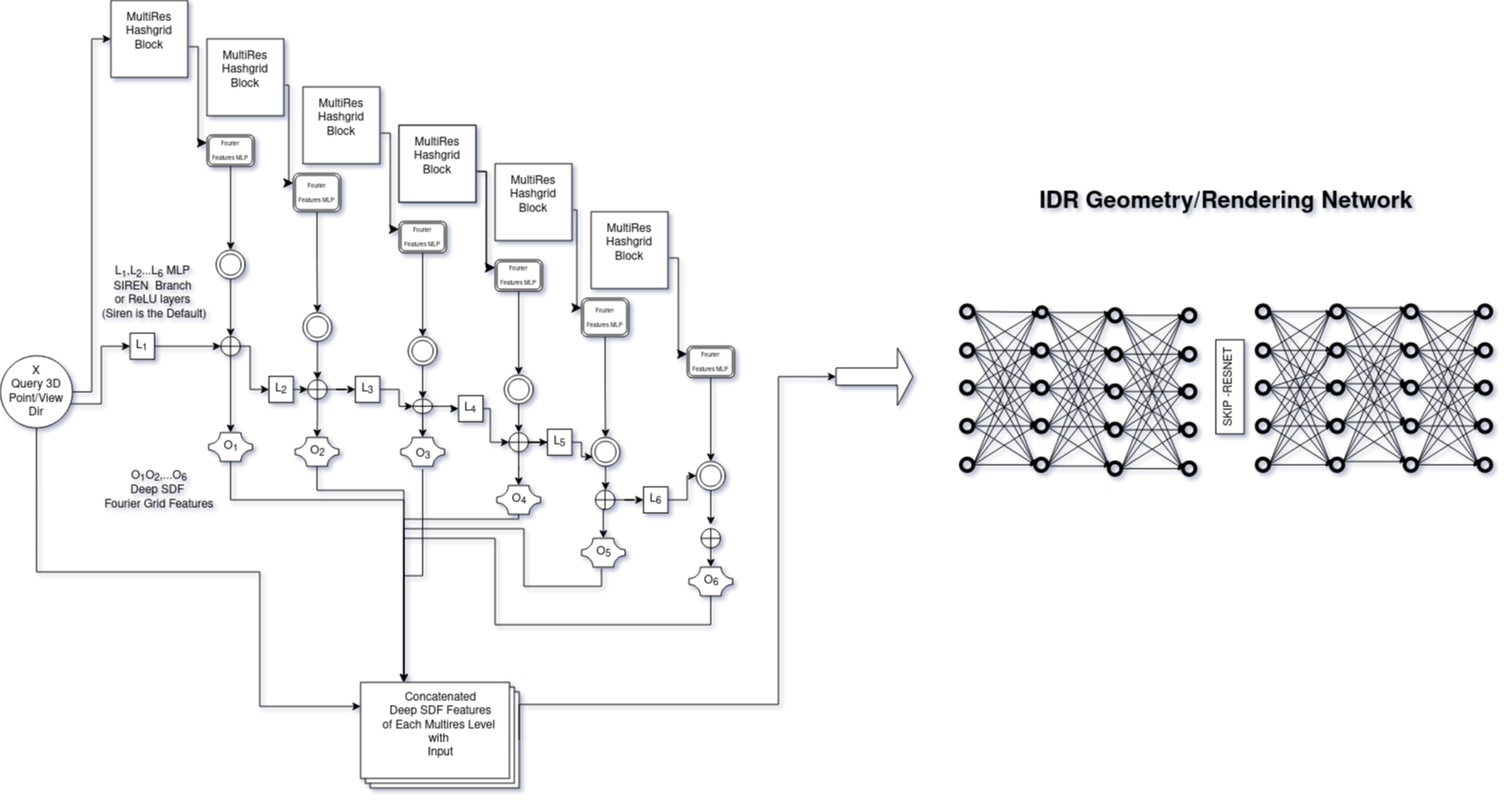
Above: media/architectures/NFFBNetArchitecture.png in ArtoriasAbyssslayer/HashModNFFBanks-IDR (draw.io), before the change. Source tidied: cells renumbered, new cells last; positions are measured from the earlier drawing's top-left corner, leaving out a move shared by most shapes.
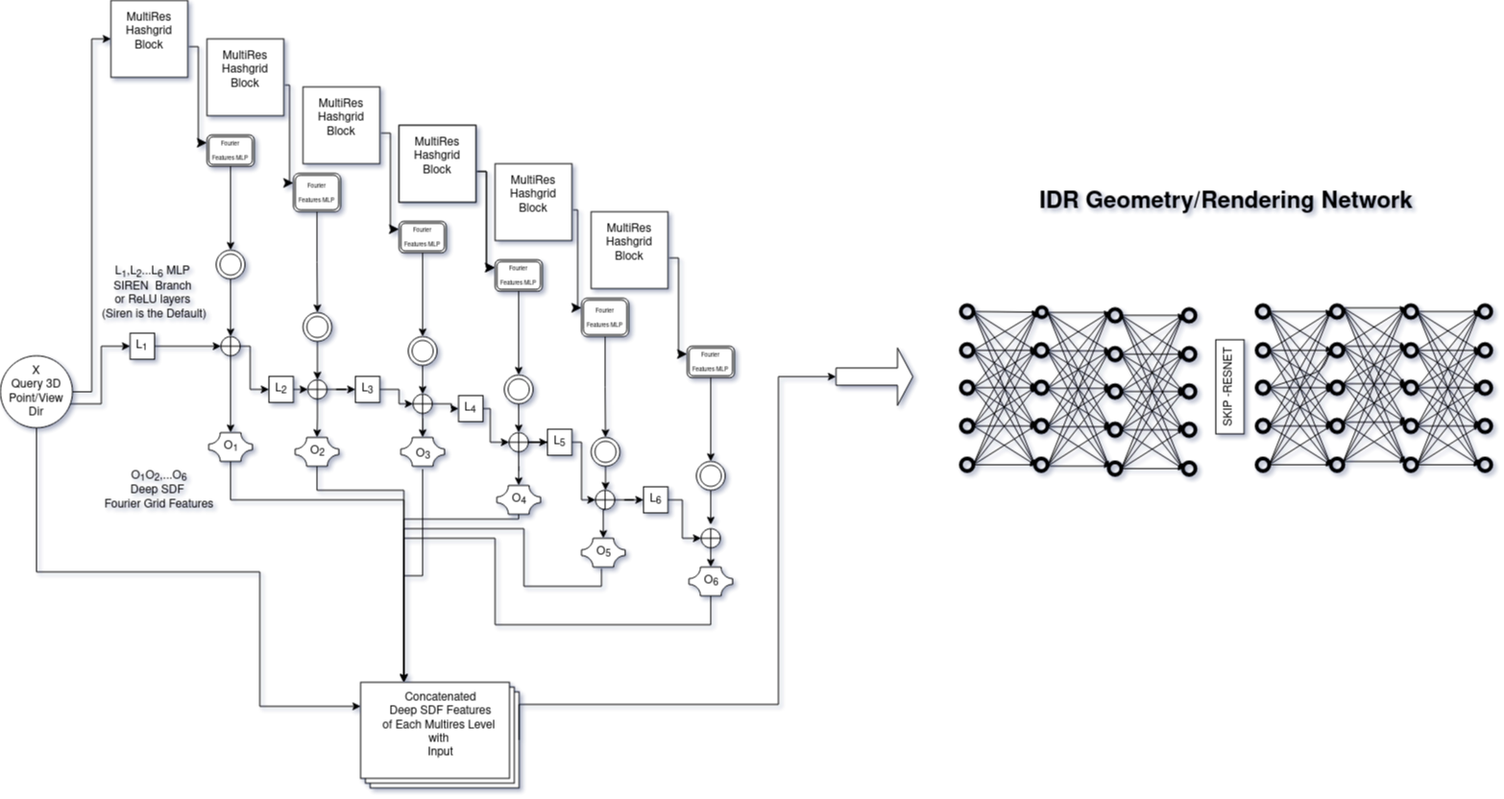
The same diagram one commit later.

The edit, as a diff of the source:
```diff
@@ -126,7 +126,7 @@
       <mxGeometry relative="1" as="geometry" />
     </mxCell>
     <mxCell id="41" style="verticalLabelPosition=bottom;verticalAlign=top;html=1;shape=mxgraph.flowchart.summing_function;" parent="2" vertex="1">
-      <mxGeometry x="314.6" y="415" width="20" height="15" as="geometry" />
+      <mxGeometry x="314.6" y="410" width="20" height="20" as="geometry" />
     </mxCell>
     <mxCell id="42" style="edgeStyle=orthogonalEdgeStyle;rounded=0;jettySize=auto;html=1;entryX=0;entryY=0.5;entryDx=0;entryDy=0;" parent="2" edge="1" source="44" target="57">
       <mxGeometry relative="1" as="geometry" />
@@ -181,9 +181,6 @@
     <mxCell id="57" value="L&lt;sub&gt;5&lt;/sub&gt;" style="rounded=0;whiteSpace=wrap;html=1;" parent="2" vertex="1">
       <mxGeometry x="454.6" y="446.4" width="25.4" height="27.2" as="geometry" />
     </mxCell>
-    <mxCell id="58" style="edgeStyle=orthogonalEdgeStyle;rounded=0;jettySize=auto;html=1;entryX=0;entryY=0.5;entryDx=0;entryDy=0;" parent="2" edge="1" source="59" target="31">
-      <mxGeometry relative="1" as="geometry" />
-    </mxCell>
     <mxCell id="59" value="L&lt;sub&gt;6&lt;/sub&gt;" style="rounded=0;whiteSpace=wrap;html=1;" parent="2" vertex="1">
       <mxGeometry x="554.6" y="506.4" width="25.4" height="27.2" as="geometry" />
     </mxCell>
@@ -201,11 +198,11 @@
     <mxCell id="62" style="verticalLabelPosition=bottom;verticalAlign=top;html=1;shape=mxgraph.basic.plaque;dx=6;whiteSpace=wrap;" parent="2" vertex="1">
       <mxGeometry x="101.9" y="450" width="45.4" height="30" as="geometry" />
     </mxCell>
-    <mxCell id="63" style="edgeStyle=orthogonalEdgeStyle;rounded=0;jettySize=auto;html=1;entryX=0.067;entryY=0.671;entryDx=0;entryDy=0;entryPerimeter=0;" parent="2" edge="1" source="57" target="30">
+    <mxCell id="63" style="edgeStyle=orthogonalEdgeStyle;rounded=0;jettySize=auto;html=1;entryX=0;entryY=0.5;entryDx=0;entryDy=0;entryPerimeter=0;" parent="2" edge="1" source="57" target="46">
       <mxGeometry relative="1" as="geometry">
         <Array as="points">
           <mxPoint x="490" y="460" />
-          <mxPoint x="490" y="475" />
+          <mxPoint x="490" y="520" />
         </Array>
       </mxGeometry>
     </mxCell>
@@ -1089,5 +1086,13 @@
     <mxCell id="289" value="&lt;div&gt;Concatenated&lt;/div&gt;&lt;div&gt;&amp;nbsp;Deep SDF Features&amp;nbsp;&lt;/div&gt;&lt;div&gt;of Each Multires Level&amp;nbsp;&lt;/div&gt;&lt;div&gt;with&amp;nbsp;&lt;/div&gt;&lt;div&gt;Input&lt;/div&gt;" style="text;html=1;align=center;verticalAlign=middle;strokeColor=none;fillColor=none;" parent="1" vertex="1">
       <mxGeometry x="387.5" y="710" width="140" height="90" as="geometry" />
     </mxCell>
+    <mxCell id="58" style="edgeStyle=orthogonalEdgeStyle;rounded=0;jettySize=auto;html=1;entryX=0;entryY=0.5;entryDx=0;entryDy=0;entryPerimeter=0;" parent="1" edge="1" source="59" target="80">
+      <mxGeometry relative="1" as="geometry">
+        <Array as="points">
+          <mxPoint x="710" y="520" />
+          <mxPoint x="710" y="560" />
+        </Array>
+      </mxGeometry>
+    </mxCell>
   </root>
 </mxGraphModel>
```
